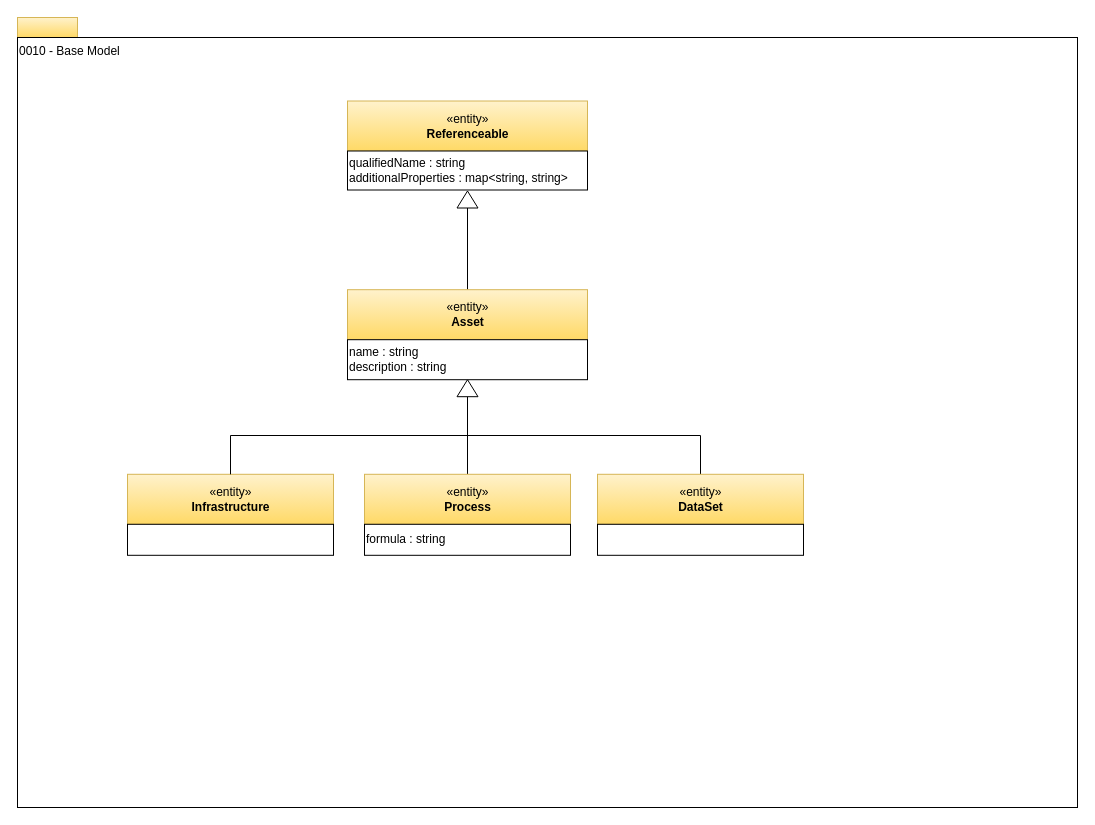
Above: page "0010-Base-Model" (2 of 21) of open-metadata-publication/website/open-metadata-types/area-0-basic-types-and-infrastructure.drawio in odpi/egeria (draw.io), before the change. Source tidied: cells renumbered, new cells numbered last; positions are measured from the earlier drawing's top-left corner, leaving out a move shared by most shapes. Both pictures are drawn from the tidied source at 100%, with x=0, y=0 at pixel (17, 17).
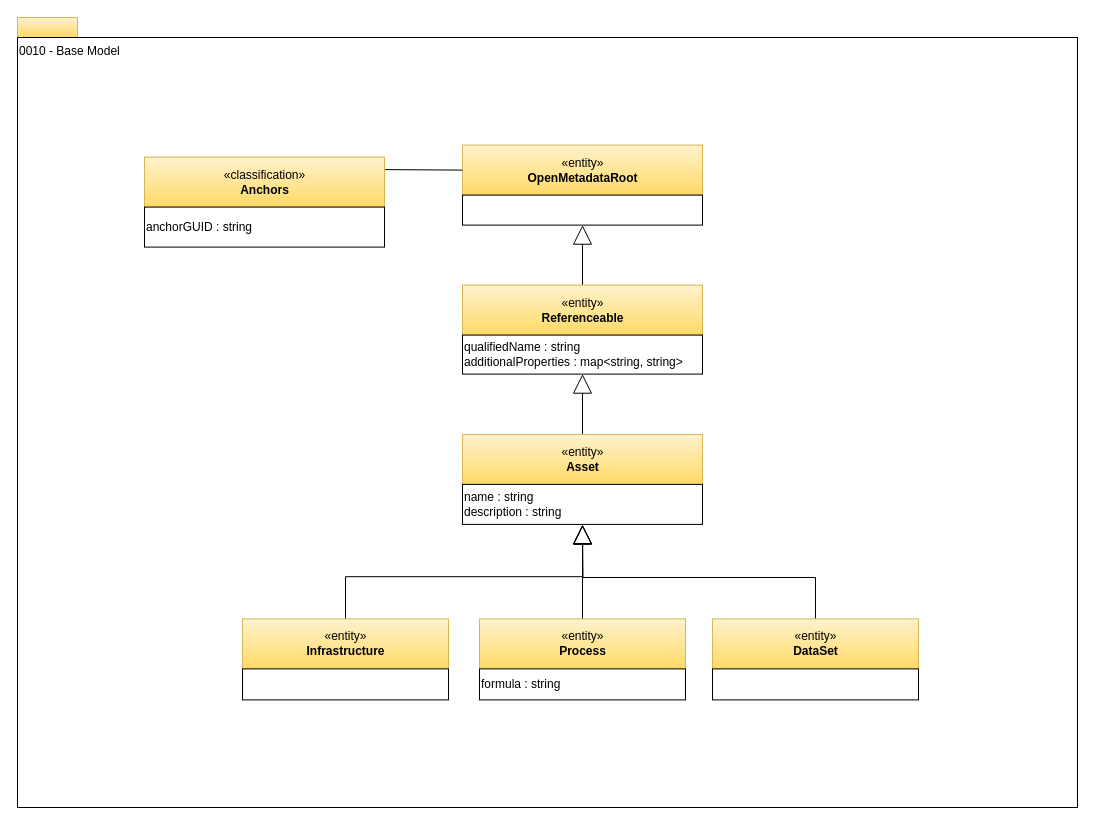
The same diagram, later.

Change to the diagram source:
```diff
@@
+    <mxCell id="20" style="edgeStyle=orthogonalEdgeStyle;rounded=0;jettySize=auto;html=1;exitX=0.5;exitY=0;exitDx=0;exitDy=0;entryX=0.5;entryY=1;entryDx=0;entryDy=0;endArrow=block;endFill=0;endSize=17;" parent="1" edge="1" source="4" target="26">
+      <mxGeometry relative="1" as="geometry" />
+    </mxCell>
     <mxCell id="4" value="«entity»&lt;br&gt;&lt;b&gt;Referenceable&lt;/b&gt;" style="html=1;strokeColor=#d6b656;align=center;fillColor=#fff2cc;gradientColor=#ffd966;" parent="1" vertex="1">
-      <mxGeometry x="330" y="83.5" width="240" height="50" as="geometry" />
+      <mxGeometry x="445" y="267.6" width="240" height="50" as="geometry" />
     </mxCell>
+    <mxCell id="21" style="edgeStyle=orthogonalEdgeStyle;rounded=0;jettySize=auto;html=1;exitX=0.5;exitY=0;exitDx=0;exitDy=0;endArrow=block;endFill=0;endSize=17;" parent="1" edge="1" source="5" target="15">
+      <mxGeometry relative="1" as="geometry" />
+    </mxCell>
     <mxCell id="5" value="«entity»&lt;br&gt;&lt;b&gt;Infrastructure&lt;/b&gt;" style="html=1;strokeColor=#d6b656;align=center;fillColor=#fff2cc;gradientColor=#ffd966;" parent="1" vertex="1">
-      <mxGeometry x="110" y="456.8" width="206" height="50" as="geometry" />
+      <mxGeometry x="225" y="601.4" width="206" height="50" as="geometry" />
     </mxCell>
     <mxCell id="6" style="rounded=0;whiteSpace=wrap;html=1;strokeColor=#000000;gradientColor=#ffffff;align=center;" parent="1" vertex="1">
-      <mxGeometry x="110" y="506.8" width="206" height="31" as="geometry" />
+      <mxGeometry x="225" y="651.4" width="206" height="31" as="geometry" />
     </mxCell>
-    <mxCell id="7" style="edgeStyle=orthogonalEdgeStyle;rounded=0;html=1;exitX=0;exitY=0.5;entryX=0.5;entryY=0;jettySize=auto;endArrow=none;endFill=0;" parent="1" edge="1" source="8" target="10">
-      <mxGeometry relative="1" as="geometry" />
-    </mxCell>
-    <mxCell id="8" style="triangle;whiteSpace=wrap;html=1;strokeColor=#000000;gradientColor=#ffffff;align=center;rotation=-90;" parent="1" vertex="1">
-      <mxGeometry x="441.5" y="171.5" width="17" height="21" as="geometry" />
-    </mxCell>
     <mxCell id="9" value="qualifiedName : string&lt;br&gt;additionalProperties : map&amp;lt;string, string&amp;gt;&lt;br&gt;&lt;div style=&quot;text-align: left&quot;&gt;&lt;/div&gt;" style="rounded=0;whiteSpace=wrap;html=1;strokeColor=#000000;gradientColor=#ffffff;align=left;" parent="1" vertex="1">
-      <mxGeometry x="330" y="133.5" width="240" height="39" as="geometry" />
+      <mxGeometry x="445" y="317.6" width="240" height="39" as="geometry" />
     </mxCell>
+    <mxCell id="22" style="edgeStyle=orthogonalEdgeStyle;rounded=0;jettySize=auto;html=1;endArrow=block;endFill=0;endSize=17;" parent="1" edge="1" source="10" target="9">
+      <mxGeometry relative="1" as="geometry" />
+    </mxCell>
     <mxCell id="10" value="«entity»&lt;br&gt;&lt;b&gt;Asset&lt;/b&gt;" style="html=1;strokeColor=#d6b656;align=center;fillColor=#fff2cc;gradientColor=#ffd966;" parent="1" vertex="1">
-      <mxGeometry x="330" y="272.2" width="240" height="50" as="geometry" />
+      <mxGeometry x="445" y="416.9" width="240" height="50" as="geometry" />
     </mxCell>
-    <mxCell id="11" style="edgeStyle=orthogonalEdgeStyle;rounded=0;html=1;exitX=0;exitY=0.5;entryX=0.5;entryY=0;endArrow=none;endFill=0;jettySize=auto;" parent="1" edge="1" source="14" target="5">
-      <mxGeometry relative="1" as="geometry" />
-    </mxCell>
-    <mxCell id="12" style="edgeStyle=orthogonalEdgeStyle;rounded=0;html=1;exitX=0;exitY=0.5;endArrow=none;endFill=0;jettySize=auto;" parent="1" edge="1" source="14" target="16">
-      <mxGeometry relative="1" as="geometry" />
-    </mxCell>
-    <mxCell id="13" style="edgeStyle=orthogonalEdgeStyle;rounded=0;html=1;exitX=0;exitY=0.5;entryX=0.5;entryY=0;endArrow=none;endFill=0;jettySize=auto;" parent="1" edge="1" source="14" target="18">
-      <mxGeometry relative="1" as="geometry" />
-    </mxCell>
-    <mxCell id="14" style="triangle;whiteSpace=wrap;html=1;strokeColor=#000000;gradientColor=#ffffff;align=center;rotation=-90;" parent="1" vertex="1">
-      <mxGeometry x="441.5" y="360.2" width="17" height="21" as="geometry" />
-    </mxCell>
     <mxCell id="15" value="name : string&lt;br&gt;description : string&lt;br&gt;&lt;div style=&quot;text-align: left&quot;&gt;&lt;/div&gt;" style="rounded=0;whiteSpace=wrap;html=1;strokeColor=#000000;gradientColor=#ffffff;align=left;" parent="1" vertex="1">
-      <mxGeometry x="330" y="322.2" width="240" height="40" as="geometry" />
+      <mxGeometry x="445" y="466.9" width="240" height="40" as="geometry" />
     </mxCell>
+    <mxCell id="23" style="edgeStyle=orthogonalEdgeStyle;rounded=0;jettySize=auto;html=1;exitX=0.5;exitY=0;exitDx=0;exitDy=0;endArrow=block;endFill=0;endSize=17;" parent="1" edge="1" source="16">
+      <mxGeometry relative="1" as="geometry">
+        <mxPoint x="565" y="507.6" as="targetPoint" />
+      </mxGeometry>
+    </mxCell>
     <mxCell id="16" value="«entity»&lt;br&gt;&lt;b&gt;Process&lt;/b&gt;" style="html=1;strokeColor=#d6b656;align=center;fillColor=#fff2cc;gradientColor=#ffd966;" parent="1" vertex="1">
-      <mxGeometry x="347" y="456.8" width="206" height="50" as="geometry" />
+      <mxGeometry x="462" y="601.4" width="206" height="50" as="geometry" />
     </mxCell>
     <mxCell id="17" value="formula : string" style="rounded=0;whiteSpace=wrap;html=1;strokeColor=#000000;gradientColor=#ffffff;align=left;" parent="1" vertex="1">
-      <mxGeometry x="347" y="506.8" width="206" height="31" as="geometry" />
+      <mxGeometry x="462" y="651.4" width="206" height="31" as="geometry" />
     </mxCell>
+    <mxCell id="24" style="edgeStyle=orthogonalEdgeStyle;rounded=0;jettySize=auto;html=1;exitX=0.5;exitY=0;exitDx=0;exitDy=0;endArrow=block;endFill=0;endSize=17;" parent="1" edge="1" source="18">
+      <mxGeometry relative="1" as="geometry">
+        <mxPoint x="565" y="507.6" as="targetPoint" />
+      </mxGeometry>
+    </mxCell>
     <mxCell id="18" value="«entity»&lt;br&gt;&lt;b&gt;DataSet&lt;/b&gt;" style="html=1;strokeColor=#d6b656;align=center;fillColor=#fff2cc;gradientColor=#ffd966;" parent="1" vertex="1">
-      <mxGeometry x="580" y="456.8" width="206" height="50" as="geometry" />
+      <mxGeometry x="695" y="601.4" width="206" height="50" as="geometry" />
     </mxCell>
     <mxCell id="19" style="rounded=0;whiteSpace=wrap;html=1;strokeColor=#000000;gradientColor=#ffffff;align=center;" parent="1" vertex="1">
-      <mxGeometry x="580" y="506.8" width="206" height="31" as="geometry" />
+      <mxGeometry x="695" y="651.4" width="206" height="31" as="geometry" />
     </mxCell>
+    <mxCell id="25" value="«entity»&lt;br&gt;&lt;b&gt;OpenMetadataRoot&lt;/b&gt;" style="html=1;strokeColor=#d6b656;align=center;fillColor=#fff2cc;gradientColor=#ffd966;" parent="1" vertex="1">
+      <mxGeometry x="445" y="127.6" width="240" height="50" as="geometry" />
+    </mxCell>
+    <mxCell id="26" value="&lt;br&gt;&lt;div style=&quot;text-align: left&quot;&gt;&lt;/div&gt;" style="rounded=0;whiteSpace=wrap;html=1;strokeColor=#000000;gradientColor=#ffffff;align=left;" parent="1" vertex="1">
+      <mxGeometry x="445" y="177.6" width="240" height="30" as="geometry" />
+    </mxCell>
+    <mxCell id="27" style="edgeStyle=none;rounded=0;jettySize=auto;html=1;exitX=1;exitY=0.25;exitDx=0;exitDy=0;entryX=0;entryY=0.5;entryDx=0;entryDy=0;endArrow=none;endFill=0;" parent="1" edge="1" source="28" target="25">
+      <mxGeometry relative="1" as="geometry" />
+    </mxCell>
+    <mxCell id="28" value="«classification»&lt;br&gt;&lt;b&gt;Anchors&lt;/b&gt;" style="html=1;strokeColor=#d6b656;align=center;fillColor=#fff2cc;gradientColor=#ffd966;" parent="1" vertex="1">
+      <mxGeometry x="127" y="139.6" width="240" height="50" as="geometry" />
+    </mxCell>
+    <mxCell id="29" value="anchorGUID : string&lt;br&gt;&lt;div style=&quot;text-align: left&quot;&gt;&lt;/div&gt;" style="rounded=0;whiteSpace=wrap;html=1;strokeColor=#000000;gradientColor=#ffffff;align=left;" parent="1" vertex="1">
+      <mxGeometry x="127" y="189.6" width="240" height="40" as="geometry" />
+    </mxCell>
```
